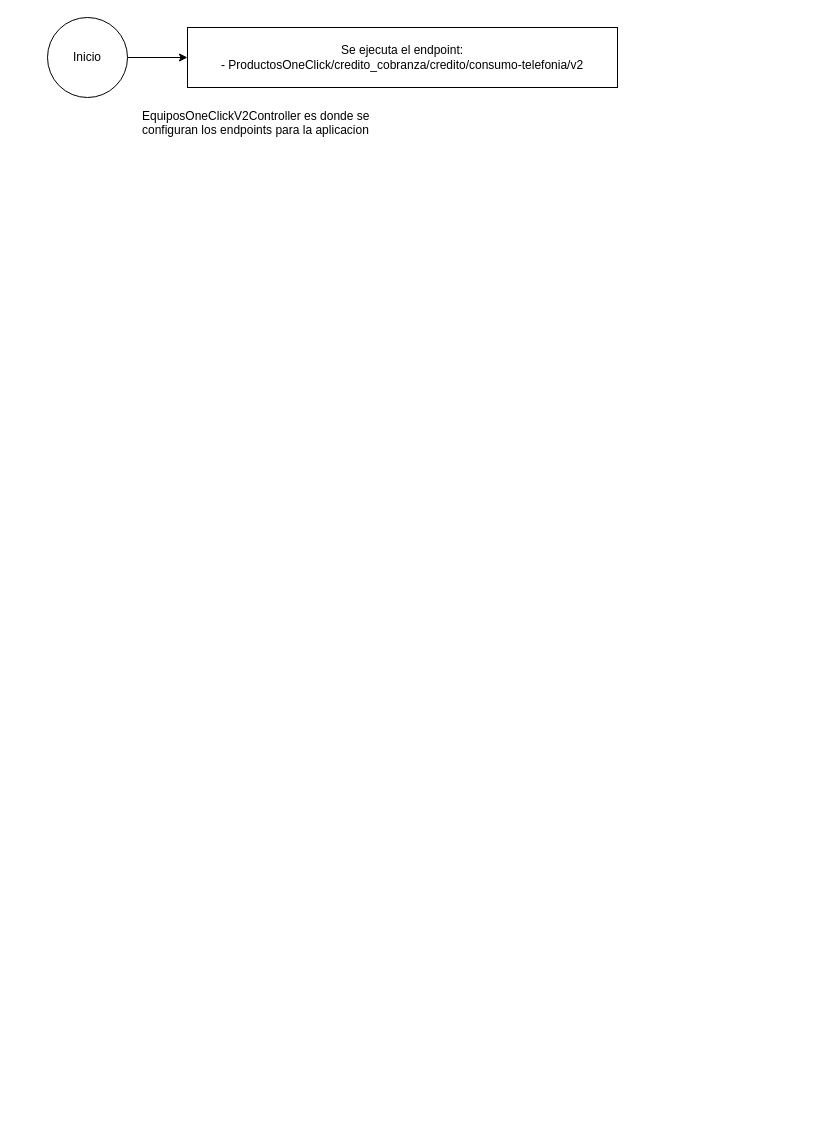
Above: Untitled Diagram.drawio in Retsamyo/hello-world (draw.io), before the change. Source tidied: cells renumbered, new cells numbered last; positions are measured from the earlier drawing's top-left corner, leaving out a move shared by most shapes. Both pictures are drawn from the tidied source at 100%, with x=0, y=0 at pixel (47, 17).
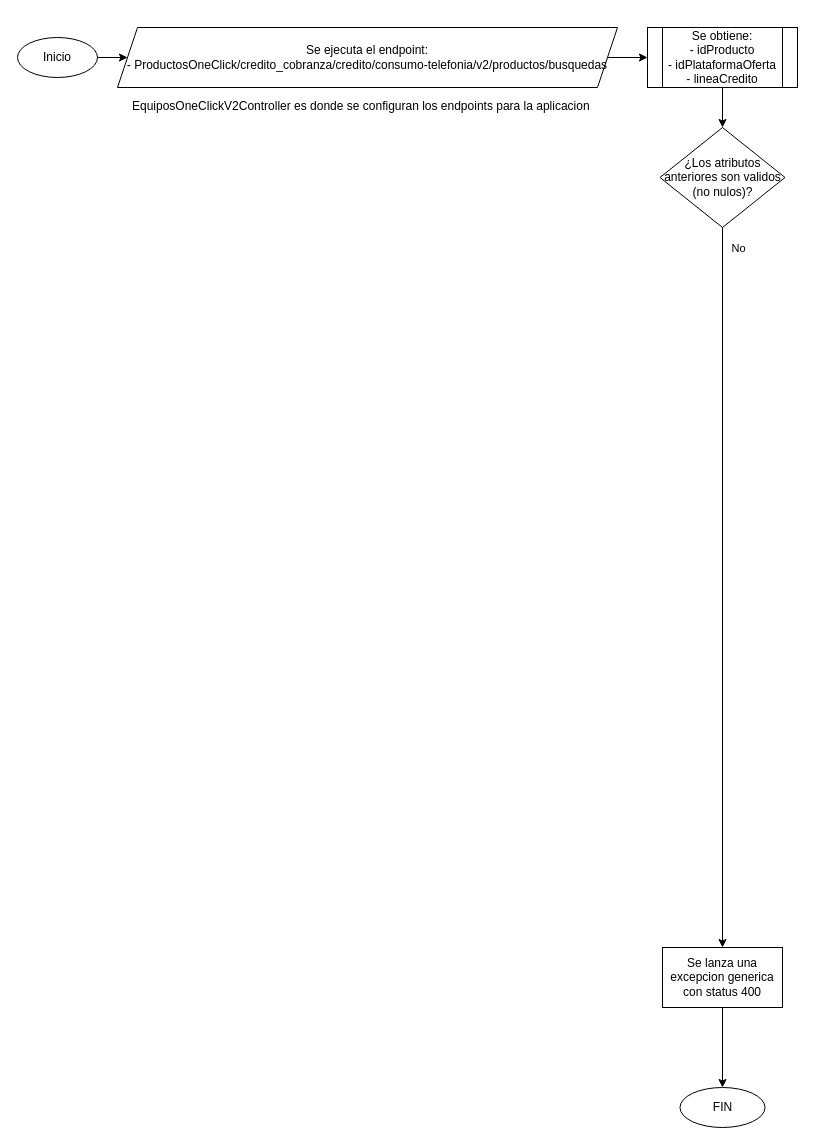
After the change.

Change to the diagram source:
```diff
@@
 <mxGraphModel>
   <root>
     <mxCell id="0" />
     <mxCell id="1" parent="0" />
-    <mxCell id="2" style="edgeStyle=orthogonalEdgeStyle;rounded=0;jettySize=auto;html=1;" parent="1" edge="1" source="3" target="4">
-      <mxGeometry relative="1" as="geometry" />
-    </mxCell>
+    <mxCell id="5" value="&lt;p&gt;&lt;span style=&quot;font-size: 12px ; font-weight: normal&quot;&gt;EquiposOneClickV2Controller es donde se configuran los endpoints para la aplicacion&lt;/span&gt;&lt;/p&gt;" style="text;html=1;strokeColor=none;fillColor=none;spacing=5;spacingTop=-20;whiteSpace=wrap;overflow=hidden;rounded=0;" parent="1" vertex="1">
+      <mxGeometry x="80" y="80" width="480" height="20" as="geometry" />
+    </mxCell>
+    <mxCell id="6" style="edgeStyle=orthogonalEdgeStyle;rounded=0;jettySize=auto;html=1;" parent="1" edge="1" source="7" target="9">
+      <mxGeometry relative="1" as="geometry" />
+    </mxCell>
+    <mxCell id="7" value="&lt;span&gt;Se ejecuta el endpoint:&lt;/span&gt;&lt;br&gt;&lt;span&gt;-&amp;nbsp;ProductosOneClick/credito_cobranza/credito/consumo-telefonia/v2/productos/busquedas&lt;/span&gt;" style="shape=parallelogram;perimeter=parallelogramPerimeter;whiteSpace=wrap;html=1;fixedSize=1;" parent="1" vertex="1">
+      <mxGeometry x="70" y="10" width="500" height="60" as="geometry" />
+    </mxCell>
+    <mxCell id="8" style="edgeStyle=orthogonalEdgeStyle;rounded=0;jettySize=auto;html=1;" parent="1" edge="1" source="9" target="12">
+      <mxGeometry relative="1" as="geometry" />
+    </mxCell>
+    <mxCell id="9" value="Se obtiene:&lt;br&gt;-&amp;nbsp;idProducto&lt;br&gt;- idPlataformaOferta&lt;br&gt;-&amp;nbsp;lineaCredito" style="shape=process;whiteSpace=wrap;html=1;backgroundOutline=1;" parent="1" vertex="1">
+      <mxGeometry x="600" y="10" width="150" height="60" as="geometry" />
+    </mxCell>
+    <mxCell id="10" style="edgeStyle=orthogonalEdgeStyle;rounded=0;jettySize=auto;html=1;" parent="1" edge="1" source="12" target="14">
+      <mxGeometry relative="1" as="geometry" />
+    </mxCell>
+    <mxCell id="11" value="No" style="edgeLabel;html=1;align=center;verticalAlign=middle;" parent="10" vertex="1">
+      <mxGeometry x="-0.83" y="4" relative="1" as="geometry">
+        <mxPoint x="11" y="-41" as="offset" />
+      </mxGeometry>
+    </mxCell>
+    <mxCell id="12" value="¿Los atributos anteriores son validos (no nulos)?" style="rhombus;whiteSpace=wrap;html=1;" parent="1" vertex="1">
+      <mxGeometry x="612.5" y="110" width="125" height="100" as="geometry" />
+    </mxCell>
+    <mxCell id="13" style="edgeStyle=orthogonalEdgeStyle;rounded=0;jettySize=auto;html=1;" parent="1" edge="1" source="14" target="15">
+      <mxGeometry relative="1" as="geometry" />
+    </mxCell>
+    <mxCell id="14" value="Se lanza una excepcion generica con status 400" style="whiteSpace=wrap;html=1;" parent="1" vertex="1">
+      <mxGeometry x="615" y="930" width="120" height="60" as="geometry" />
+    </mxCell>
+    <mxCell id="15" value="FIN" style="ellipse;whiteSpace=wrap;html=1;" parent="1" vertex="1">
+      <mxGeometry x="632.5" y="1070" width="85" height="40" as="geometry" />
+    </mxCell>
+    <mxCell id="16" style="edgeStyle=orthogonalEdgeStyle;rounded=0;jettySize=auto;html=1;" parent="1" edge="1" source="3" target="7">
+      <mxGeometry relative="1" as="geometry" />
+    </mxCell>
     <mxCell id="3" value="Inicio" style="ellipse;whiteSpace=wrap;html=1;" parent="1" vertex="1">
-      <mxGeometry width="80" height="80" as="geometry" />
+      <mxGeometry x="-30" y="20" width="80" height="40" as="geometry" />
     </mxCell>
-    <mxCell id="4" value="Se ejecuta el endpoint:&lt;br&gt;-&amp;nbsp;ProductosOneClick/credito_cobranza/credito/consumo-telefonia/v2" style="whiteSpace=wrap;html=1;" parent="1" vertex="1">
-      <mxGeometry x="140" y="10" width="430" height="60" as="geometry" />
-    </mxCell>
-    <mxCell id="5" value="&lt;p&gt;&lt;span style=&quot;font-size: 12px ; font-weight: normal&quot;&gt;EquiposOneClickV2Controller es donde se configuran los endpoints para la aplicacion&lt;/span&gt;&lt;/p&gt;" style="text;html=1;strokeColor=none;fillColor=none;spacing=5;spacingTop=-20;whiteSpace=wrap;overflow=hidden;rounded=0;" parent="1" vertex="1">
-      <mxGeometry x="90" y="90" width="240" height="40" as="geometry" />
-    </mxCell>
   </root>
 </mxGraphModel>
```
